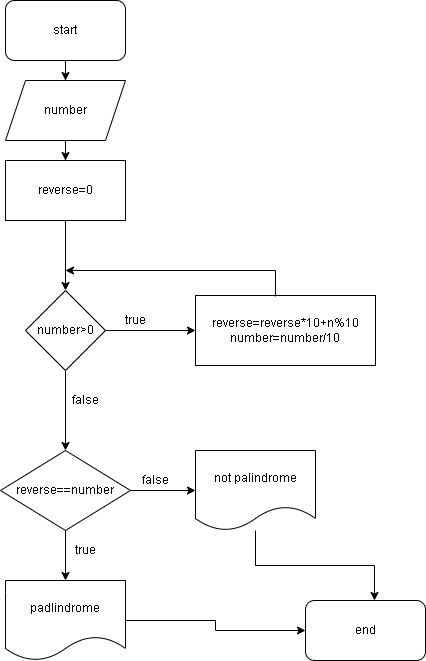
Earlier version of the draw.io export task4/task4.png (ibrahimaliyevv2/HometasksLoops). Source tidied: cells renumbered, new cells last; positions are measured from the earlier drawing's top-left corner, leaving out a move shared by most shapes.
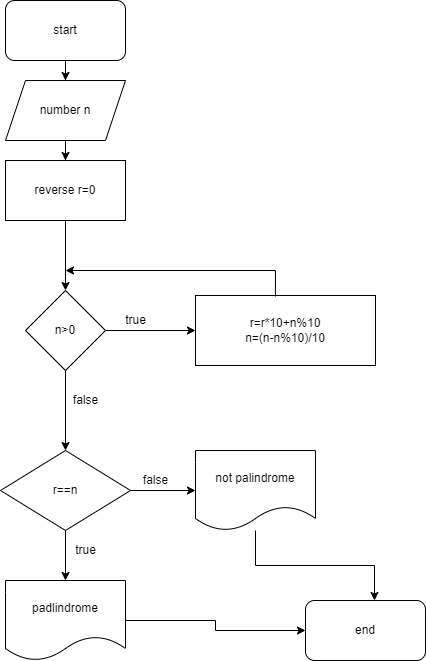
After the commit.

What changed in the source:
```diff
@@ -11,13 +11,13 @@
     <mxCell id="4" style="edgeStyle=orthogonalEdgeStyle;rounded=0;jettySize=auto;html=1;" parent="1" edge="1" source="5" target="7">
       <mxGeometry relative="1" as="geometry" />
     </mxCell>
-    <mxCell id="5" value="number" style="shape=parallelogram;perimeter=parallelogramPerimeter;whiteSpace=wrap;html=1;fixedSize=1;" parent="1" vertex="1">
+    <mxCell id="5" value="number n" style="shape=parallelogram;perimeter=parallelogramPerimeter;whiteSpace=wrap;html=1;fixedSize=1;" parent="1" vertex="1">
       <mxGeometry x="5" y="80" width="120" height="60" as="geometry" />
     </mxCell>
     <mxCell id="6" style="edgeStyle=orthogonalEdgeStyle;rounded=0;jettySize=auto;html=1;" parent="1" edge="1" source="7" target="10">
       <mxGeometry relative="1" as="geometry" />
     </mxCell>
-    <mxCell id="7" value="reverse=0" style="rounded=0;whiteSpace=wrap;html=1;" parent="1" vertex="1">
+    <mxCell id="7" value="reverse r=0" style="rounded=0;whiteSpace=wrap;html=1;" parent="1" vertex="1">
       <mxGeometry x="5" y="160" width="120" height="60" as="geometry" />
     </mxCell>
     <mxCell id="8" style="edgeStyle=orthogonalEdgeStyle;rounded=0;jettySize=auto;html=1;" parent="1" edge="1" source="10" target="11">
@@ -26,10 +26,10 @@
     <mxCell id="9" style="edgeStyle=orthogonalEdgeStyle;rounded=0;jettySize=auto;html=1;" parent="1" edge="1" source="10" target="16">
       <mxGeometry relative="1" as="geometry" />
     </mxCell>
-    <mxCell id="10" value="number&amp;gt;0" style="rhombus;whiteSpace=wrap;html=1;" parent="1" vertex="1">
+    <mxCell id="10" value="n&amp;gt;0" style="rhombus;whiteSpace=wrap;html=1;" parent="1" vertex="1">
       <mxGeometry x="25" y="290" width="80" height="80" as="geometry" />
     </mxCell>
-    <mxCell id="11" value="reverse=reverse*10+n%10&lt;br&gt;number=number/10" style="rounded=0;whiteSpace=wrap;html=1;" parent="1" vertex="1">
+    <mxCell id="11" value="r=r*10+n%10&lt;br&gt;n=(n-n%10)/10" style="rounded=0;whiteSpace=wrap;html=1;" parent="1" vertex="1">
       <mxGeometry x="195" y="295" width="180" height="70" as="geometry" />
     </mxCell>
     <mxCell id="12" style="endArrow=classic;html=1;rounded=0;exitX=0.444;exitY=0.014;exitDx=0;exitDy=0;exitPerimeter=0;" parent="1" edge="1" source="11">
@@ -49,7 +49,7 @@
     <mxCell id="15" style="edgeStyle=orthogonalEdgeStyle;rounded=0;jettySize=auto;html=1;" parent="1" edge="1" source="16" target="21">
       <mxGeometry relative="1" as="geometry" />
     </mxCell>
-    <mxCell id="16" value="reverse==number" style="rhombus;whiteSpace=wrap;html=1;" parent="1" vertex="1">
+    <mxCell id="16" value="r==n" style="rhombus;whiteSpace=wrap;html=1;" parent="1" vertex="1">
       <mxGeometry y="450" width="130" height="80" as="geometry" />
     </mxCell>
     <mxCell id="17" value="false" style="text;html=1;align=center;verticalAlign=middle;strokeColor=none;fillColor=none;" parent="1" vertex="1">
```
